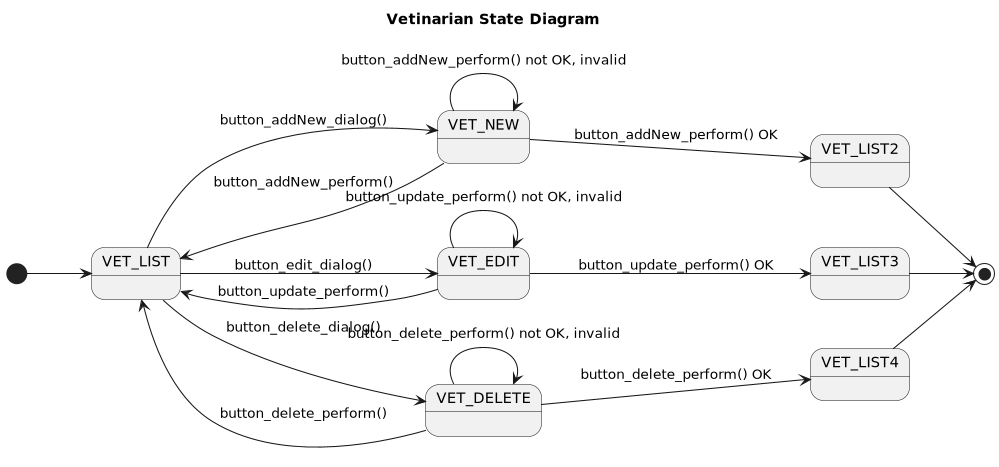
The PlantUML diagram src/main/webapp/img/Vet__UseCase__State-Vetinarian_State_Diagram.png in Jakarta-EE-Petclinic/petclinic-jakartaee, before a commit. The source it was exported from:
```plantuml
@startuml

title Vetinarian State Diagram


left to right direction

scale 1000 width

[*] --> VET_LIST

VET_LIST --> VET_NEW : button_addNew_dialog()
VET_NEW --> VET_LIST: button_addNew_perform()
VET_NEW --> VET_LIST2: button_addNew_perform() OK

VET_LIST --> VET_EDIT: button_edit_dialog()
VET_EDIT --> VET_LIST: button_update_perform()
VET_EDIT --> VET_LIST3: button_update_perform() OK

VET_LIST --> VET_DELETE: button_delete_dialog()
VET_DELETE --> VET_LIST: button_delete_perform()
VET_DELETE --> VET_LIST4: button_delete_perform() OK

VET_LIST2 --> [*]
VET_LIST3 --> [*]
VET_LIST4 --> [*]


state VET_NEW {
    VET_NEW --> VET_NEW : button_addNew_perform() not OK, invalid
}
state VET_EDIT {
    VET_EDIT --> VET_EDIT: button_update_perform() not OK, invalid
}
state VET_DELETE {
    VET_DELETE --> VET_DELETE: button_delete_perform() not OK, invalid
}


@enduml
```
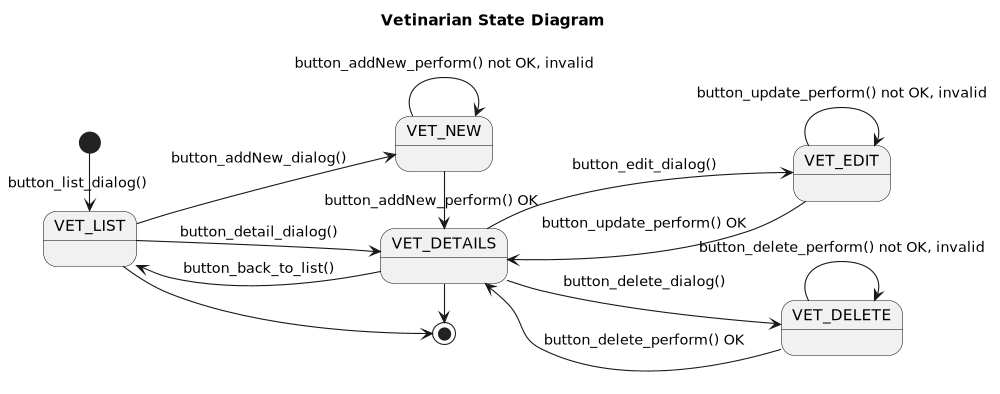
After the commit.

The edit, as a diff of the source:
```diff
@@ -7,34 +7,30 @@
 
 scale 1000 width
 
-[*] --> VET_LIST
+[*] -> VET_LIST: button_list_dialog()
 
 VET_LIST --> VET_NEW : button_addNew_dialog()
-VET_NEW --> VET_LIST: button_addNew_perform()
-VET_NEW --> VET_LIST2: button_addNew_perform() OK
-
-VET_LIST --> VET_EDIT: button_edit_dialog()
-VET_EDIT --> VET_LIST: button_update_perform()
-VET_EDIT --> VET_LIST3: button_update_perform() OK
-
-VET_LIST --> VET_DELETE: button_delete_dialog()
-VET_DELETE --> VET_LIST: button_delete_perform()
-VET_DELETE --> VET_LIST4: button_delete_perform() OK
-
-VET_LIST2 --> [*]
-VET_LIST3 --> [*]
-VET_LIST4 --> [*]
-
-
 state VET_NEW {
     VET_NEW --> VET_NEW : button_addNew_perform() not OK, invalid
 }
+VET_NEW -> VET_DETAILS: button_addNew_perform() OK
+
+VET_LIST --> VET_DETAILS: button_detail_dialog()
+VET_DETAILS --> VET_LIST : button_back_to_list()
+
+VET_DETAILS --> VET_EDIT: button_edit_dialog()
 state VET_EDIT {
     VET_EDIT --> VET_EDIT: button_update_perform() not OK, invalid
 }
+VET_EDIT --> VET_DETAILS: button_update_perform() OK
+
+VET_DETAILS --> VET_DELETE: button_delete_dialog()
 state VET_DELETE {
     VET_DELETE --> VET_DELETE: button_delete_perform() not OK, invalid
 }
+VET_DELETE --> VET_DETAILS: button_delete_perform() OK
 
+VET_LIST -> [*]
+VET_DETAILS -> [*]
 
 @enduml
```
